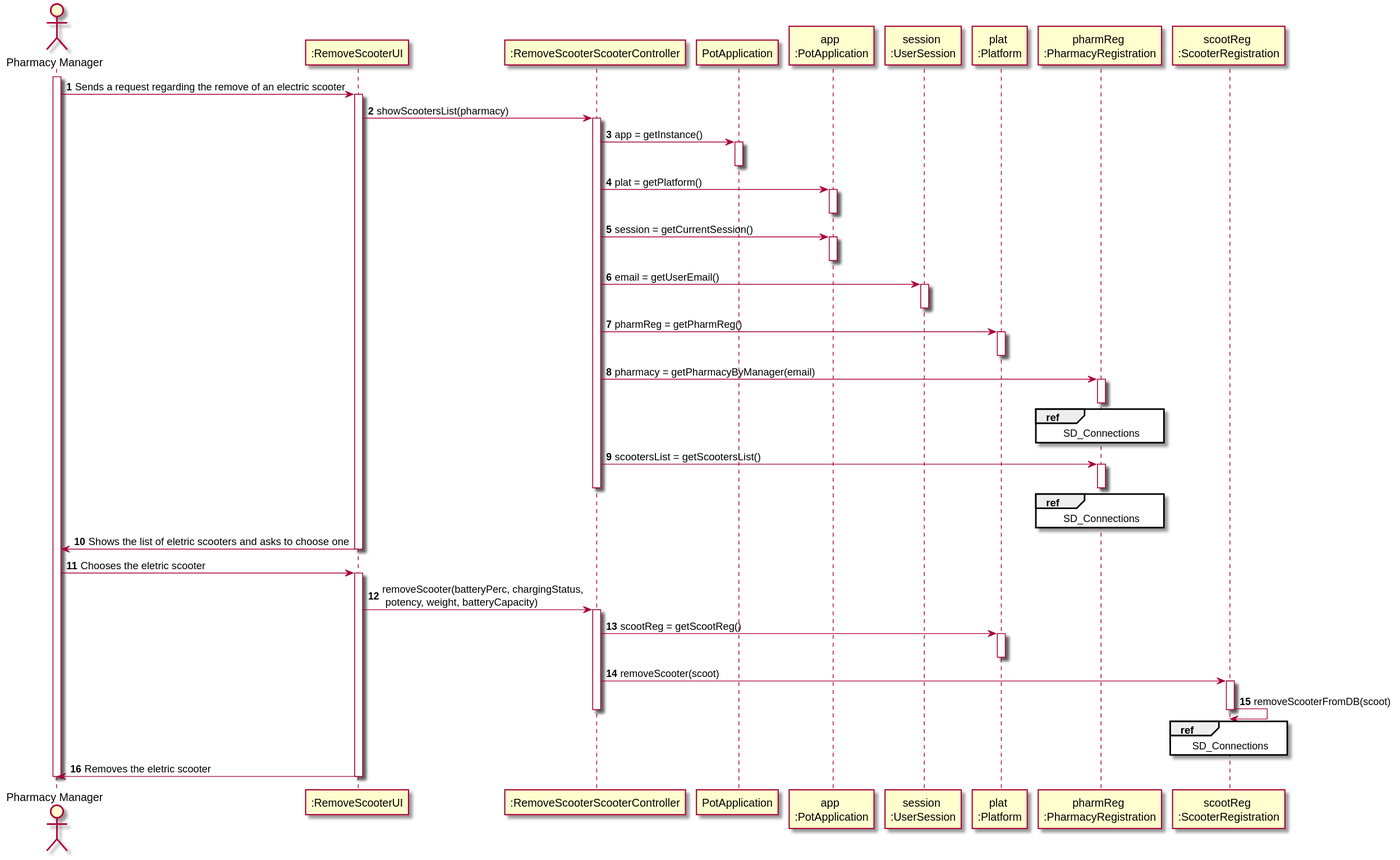
Before: docs/Iteration 1/Scooter Management/US22_RemoveScooter/US22_SD.svg, a diagram exported from PlantUML (tiagoavcosta25/LAPR3).
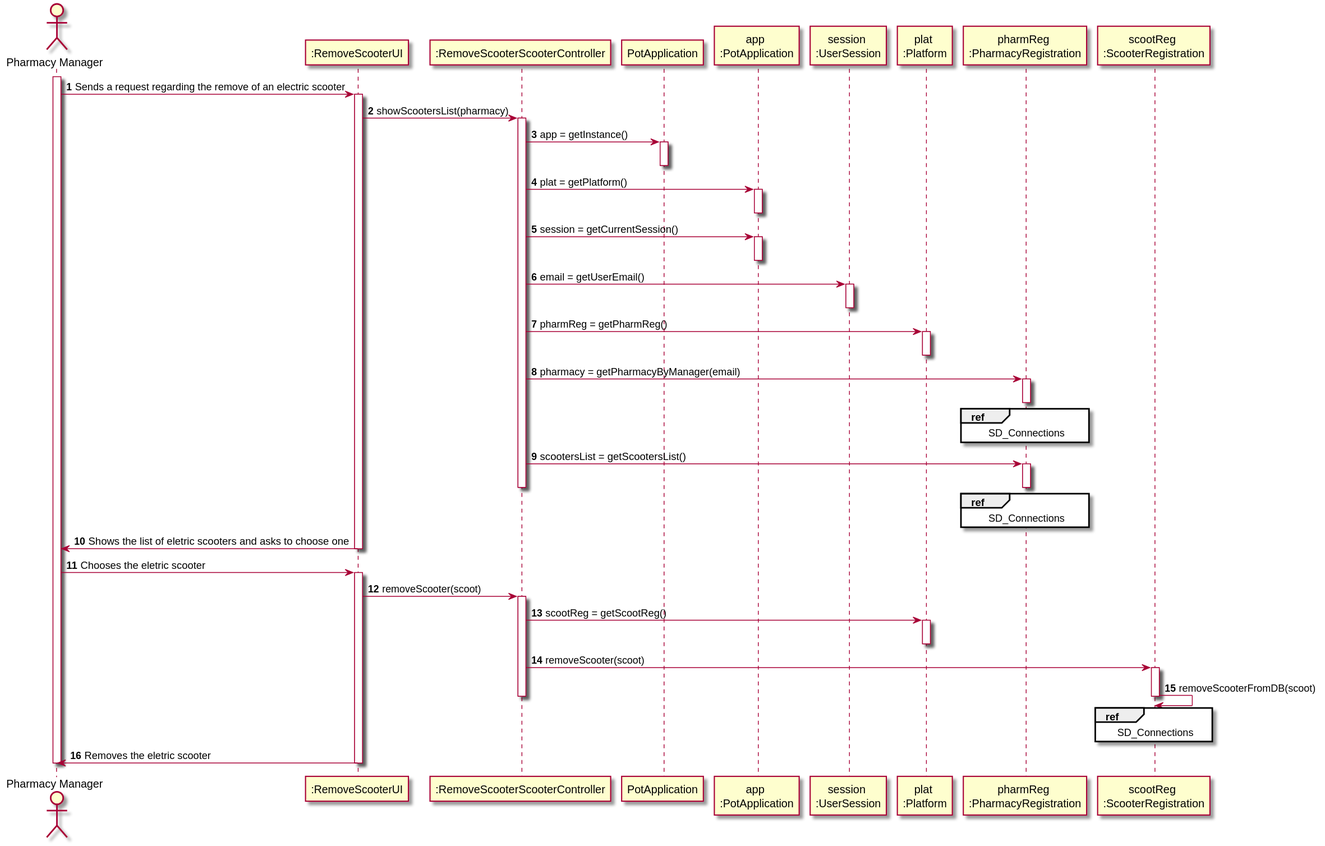
After the commit.

The edit, as a diff of the source:
```diff
@@ -52,7 +52,7 @@
 
 PHARMAN -> UI : Chooses the eletric scooter
 activate UI
-UI -> CTRL : removeScooter(batteryPerc, chargingStatus,\n potency, weight, batteryCapacity)
+UI -> CTRL : removeScooter(scoot)
 activate CTRL
 CTRL -> PLAT : scootReg = getScootReg()
 activate PLAT
```
